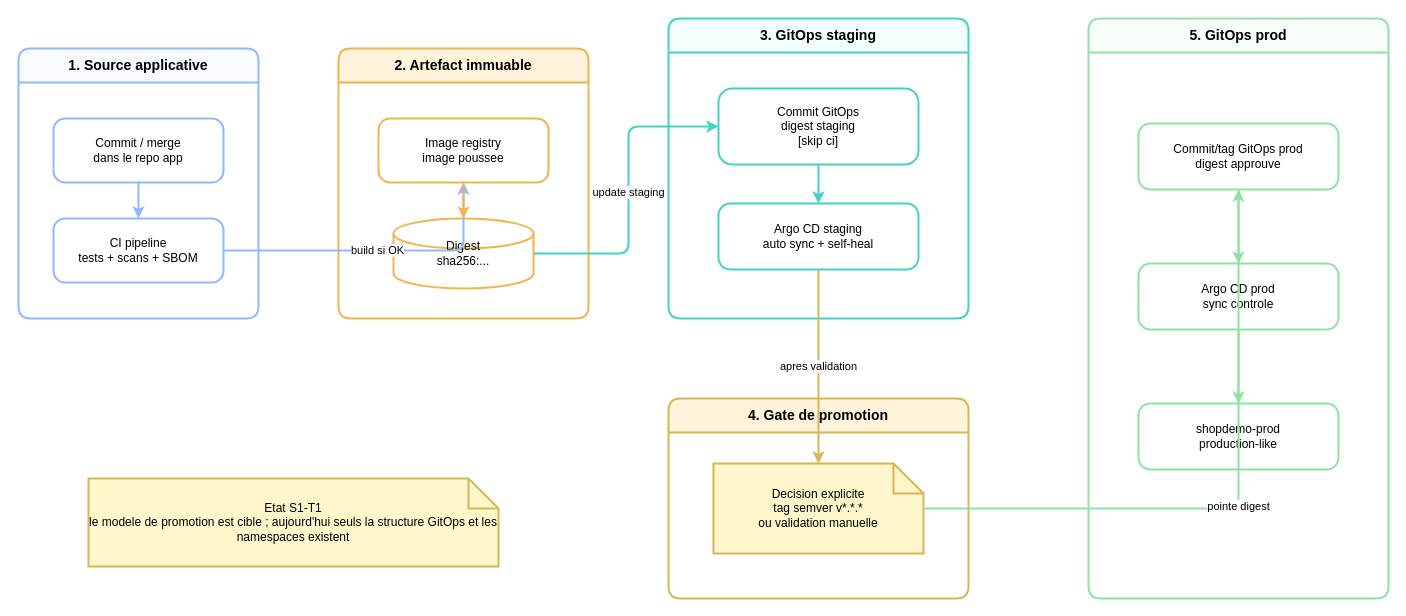
ClementV78/shop-demo keeps this draw.io diagram as docs/diagrams/s1-gitops-promotion-model.drawio. Above is the earlier version. Source tidied: cells renumbered, new cells numbered last; positions are measured from the earlier drawing's top-left corner, leaving out a move shared by most shapes. Both pictures are drawn from the tidied source at 100%, with x=0, y=0 at pixel (18, 18).
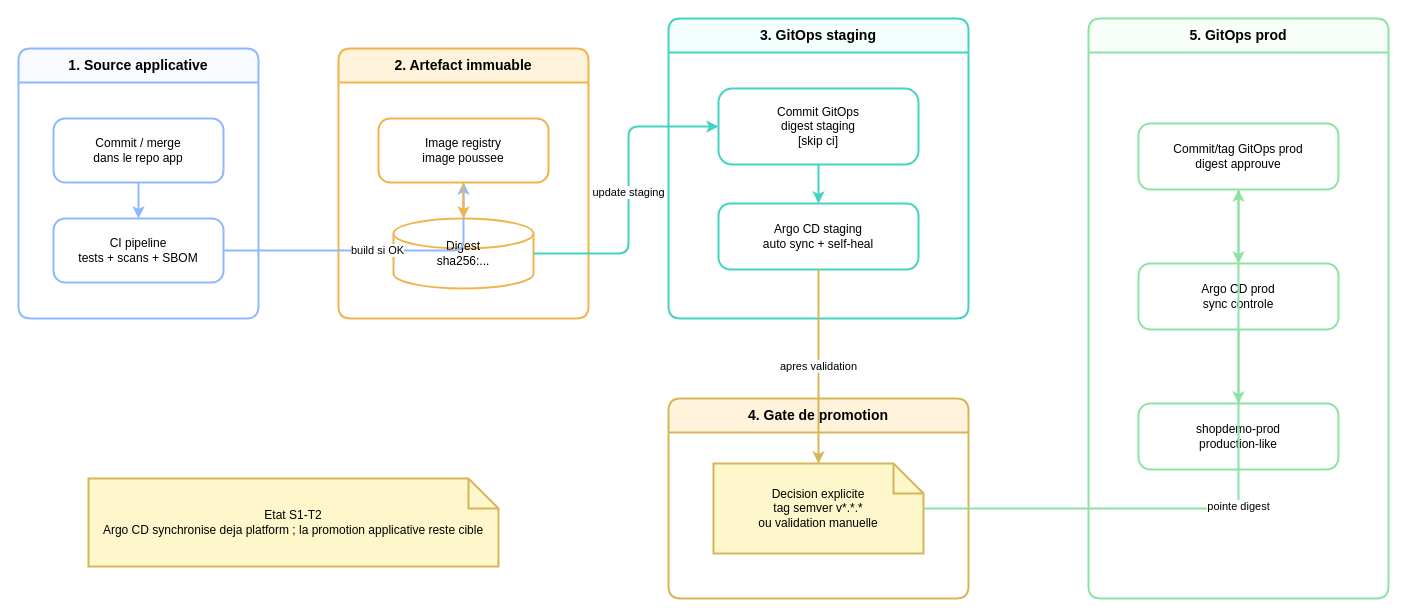
The same page after the edit.

Commit message (it also covers changes not shown here):
Corriger les incoherences GitOps S1-T2

Diff of the diagram source:
```diff
@@
-    <mxCell id="17" value="Etat S1-T1&#10;le modele de promotion est cible ; aujourd'hui seuls la structure GitOps et les namespaces existent" style="shape=note;whiteSpace=wrap;html=1;fontFamily=Helvetica;fontSize=12;fillColor=#fff7cc;strokeColor=#d6b656;strokeWidth=2;" parent="1" vertex="1">
+    <mxCell id="17" value="Etat S1-T2&#10;Argo CD synchronise deja platform ; la promotion applicative reste cible" style="shape=note;whiteSpace=wrap;html=1;fontFamily=Helvetica;fontSize=12;fillColor=#fff7cc;strokeColor=#d6b656;strokeWidth=2;" parent="1" vertex="1">
       <mxGeometry x="70" y="460" width="410" height="88" as="geometry" />
     </mxCell>
```
